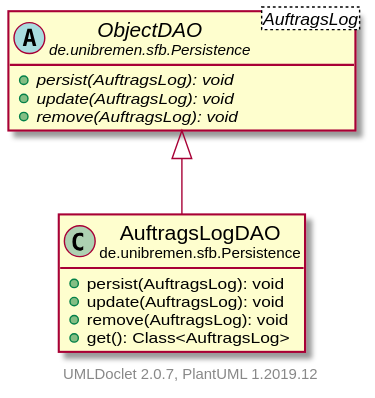
Above: doc/UML/modulsichtSVG/AuftragsLogDAO.svg in fkehlenb/softwareprojekt-2 (PlantUML), before the change.
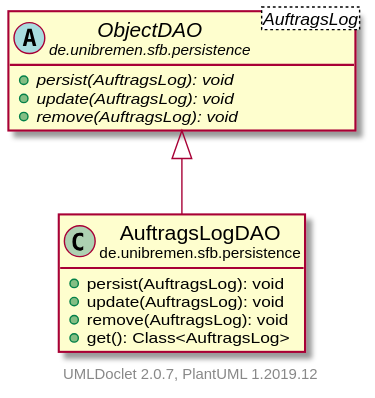
After the commit.

The edit, as a diff of the source:
```diff
@@ -3,20 +3,20 @@
     hide empty fields
     hide empty methods
 
-    class "<size:14>AuftragsLogDAO\n<size:10>de.unibremen.sfb.Persistence" as de.unibremen.sfb.Persistence.AuftragsLogDAO [[AuftragsLogDAO.html]] {
+    class "<size:14>AuftragsLogDAO\n<size:10>de.unibremen.sfb.persistence" as de.unibremen.sfb.persistence.AuftragsLogDAO [[AuftragsLogDAO.html]] {
         +persist(AuftragsLog): void
         +update(AuftragsLog): void
         +remove(AuftragsLog): void
         +get(): Class<AuftragsLog>
     }
 
-    abstract class "<size:14>ObjectDAO\n<size:10>de.unibremen.sfb.Persistence" as de.unibremen.sfb.Persistence.ObjectDAO<AuftragsLog> [[ObjectDAO.html]] {
+    abstract class "<size:14>ObjectDAO\n<size:10>de.unibremen.sfb.persistence" as de.unibremen.sfb.persistence.ObjectDAO<AuftragsLog> [[ObjectDAO.html]] {
         {abstract} +persist(AuftragsLog): void
         {abstract} +update(AuftragsLog): void
         {abstract} +remove(AuftragsLog): void
     }
 
-    de.unibremen.sfb.Persistence.ObjectDAO <|-- de.unibremen.sfb.Persistence.AuftragsLogDAO
+    de.unibremen.sfb.persistence.ObjectDAO <|-- de.unibremen.sfb.persistence.AuftragsLogDAO
 
     center footer UMLDoclet 2.0.7, PlantUML 1.2019.12
 @enduml
```
